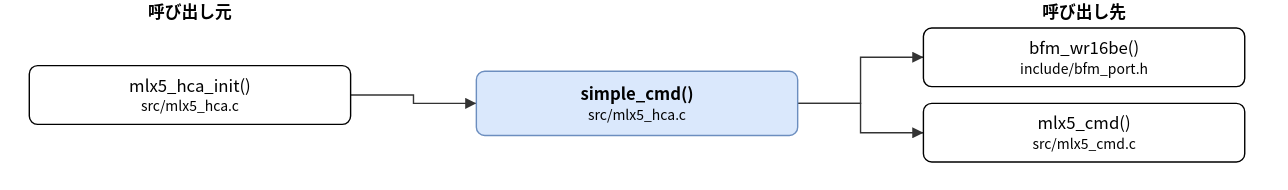
Before: doc/spec/images/call_src_mlx5_hca-simple_cmd.drawio.svg, a diagram exported from draw.io (hf355051012-ai/bfmem). Source tidied: cells renumbered, new cells last; positions are measured from the earlier drawing's top-left corner, leaving out a move shared by most shapes.
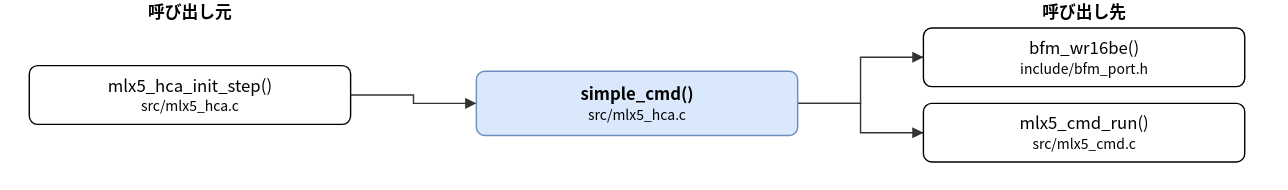
Later version of the same file.

Change to the diagram source:
```diff
@@ -5,13 +5,13 @@
     <mxCell id="2" value="simple_cmd()&lt;br&gt;&lt;font style=&quot;font-size:10px&quot;&gt;src/mlx5_hca.c&lt;/font&gt;" style="rounded=1;whiteSpace=wrap;html=1;fillColor=#dae8fc;strokeColor=#6c8ebf;fontStyle=1;" parent="1" vertex="1">
       <mxGeometry x="320" y="51" width="230" height="46" as="geometry" />
     </mxCell>
-    <mxCell id="3" value="mlx5_hca_init()&lt;br&gt;&lt;font style=&quot;font-size:10px&quot;&gt;src/mlx5_hca.c&lt;/font&gt;" style="rounded=1;whiteSpace=wrap;html=1;" parent="1" vertex="1">
+    <mxCell id="3" value="mlx5_hca_init_step()&lt;br&gt;&lt;font style=&quot;font-size:10px&quot;&gt;src/mlx5_hca.c&lt;/font&gt;" style="rounded=1;whiteSpace=wrap;html=1;" parent="1" vertex="1">
       <mxGeometry y="47" width="230" height="42" as="geometry" />
     </mxCell>
     <mxCell id="4" value="bfm_wr16be()&lt;br&gt;&lt;font style=&quot;font-size:10px&quot;&gt;include/bfm_port.h&lt;/font&gt;" style="rounded=1;whiteSpace=wrap;html=1;" parent="1" vertex="1">
       <mxGeometry x="640" y="20" width="230" height="42" as="geometry" />
     </mxCell>
-    <mxCell id="5" value="mlx5_cmd()&lt;br&gt;&lt;font style=&quot;font-size:10px&quot;&gt;src/mlx5_cmd.c&lt;/font&gt;" style="rounded=1;whiteSpace=wrap;html=1;" parent="1" vertex="1">
+    <mxCell id="5" value="mlx5_cmd_run()&lt;br&gt;&lt;font style=&quot;font-size:10px&quot;&gt;src/mlx5_cmd.c&lt;/font&gt;" style="rounded=1;whiteSpace=wrap;html=1;" parent="1" vertex="1">
       <mxGeometry x="640" y="74" width="230" height="42" as="geometry" />
     </mxCell>
     <mxCell id="6" style="edgeStyle=none;html=1;rounded=0;endArrow=block;endFill=1;exitX=1.0000;exitY=0.5000;exitDx=0;exitDy=0;exitPerimeter=0;entryX=0.0000;entryY=0.5000;entryDx=0;entryDy=0;entryPerimeter=0;" parent="1" edge="1" source="3" target="2">
```
